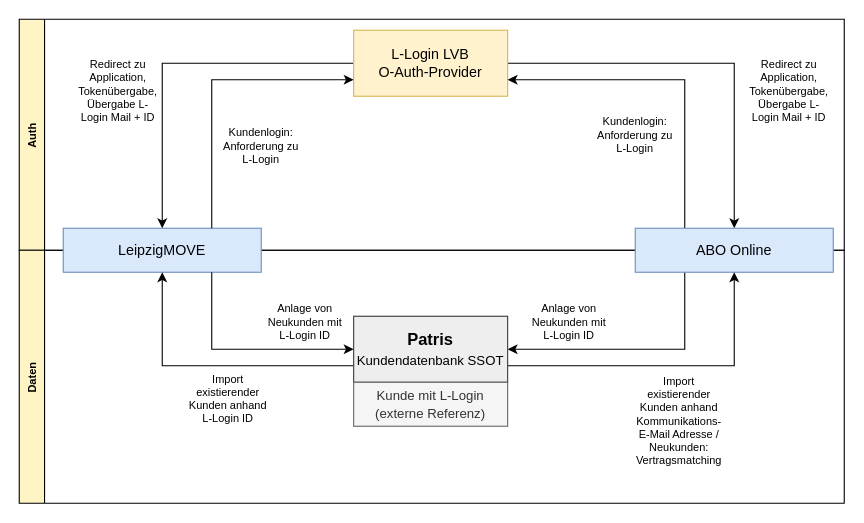
Above: Untitled Diagram.drawio in MaLou2406/malou.github.io (draw.io), before the change. Source tidied: cells renumbered, new cells numbered last; positions are measured from the earlier drawing's top-left corner, leaving out a move shared by most shapes. Both pictures are drawn from the tidied source at 110%, with x=0, y=0 at pixel (19, 19).
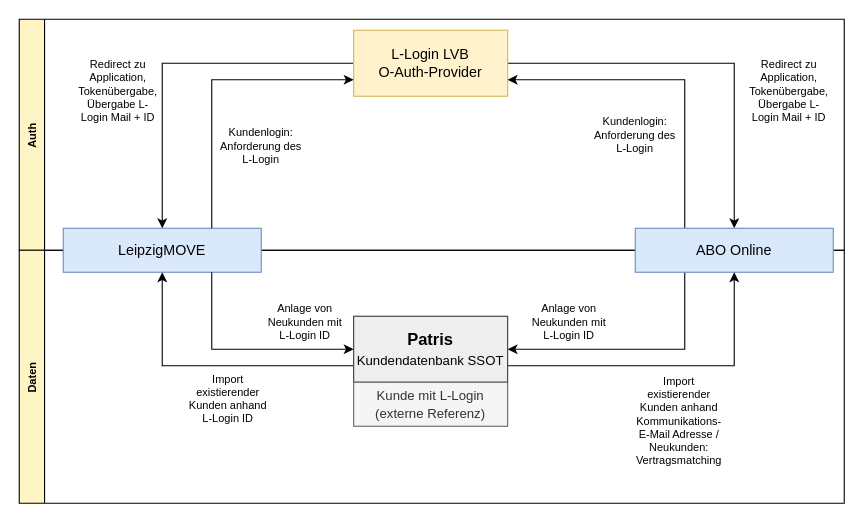
Above is the later version.

The change refers to these unchanged cells:
```xml
<mxCell id="2" value="Auth" style="swimlane;horizontal=0;labelBorderColor=none;fontSize=10;fillColor=#FFF4C3;" parent="1" vertex="1">
  <mxGeometry width="750" height="210" as="geometry" />
</mxCell>
```

Diff of the diagram source:
```diff
@@
-    <mxCell id="4" value="Kundenlogin: Anforderung zu L-Login" style="text;html=1;strokeColor=none;fillColor=none;align=center;verticalAlign=middle;whiteSpace=wrap;rounded=0;fontSize=10;" parent="2" vertex="1">
+    <mxCell id="4" value="Kundenlogin: Anforderung des L-Login" style="text;html=1;strokeColor=none;fillColor=none;align=center;verticalAlign=middle;whiteSpace=wrap;rounded=0;fontSize=10;" parent="2" vertex="1">
       <mxGeometry x="180" y="70" width="80" height="90" as="geometry" />
     </mxCell>
-    <mxCell id="5" value="Kundenlogin: Anforderung zu L-Login" style="text;html=1;strokeColor=none;fillColor=none;align=center;verticalAlign=middle;whiteSpace=wrap;rounded=0;fontSize=10;" parent="2" vertex="1">
+    <mxCell id="5" value="Kundenlogin: Anforderung des L-Login" style="text;html=1;strokeColor=none;fillColor=none;align=center;verticalAlign=middle;whiteSpace=wrap;rounded=0;fontSize=10;" parent="2" vertex="1">
       <mxGeometry x="520" y="60" width="80" height="90" as="geometry" />
     </mxCell>
```
